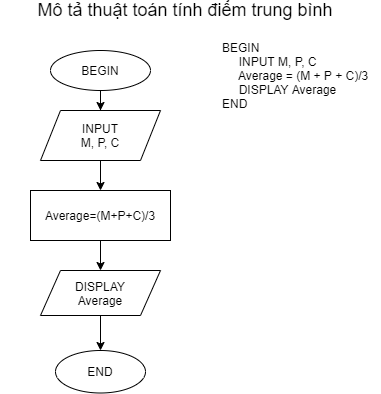
Before: ss3_ma_gia_luu_do/Mô tả thuật toán tính điểm trung bình.png, a diagram exported from draw.io (thanhnhan3286/C0123G1---Th-nh-Nh-n). Source tidied: cells renumbered, new cells last; positions are measured from the earlier drawing's top-left corner, leaving out a move shared by most shapes.
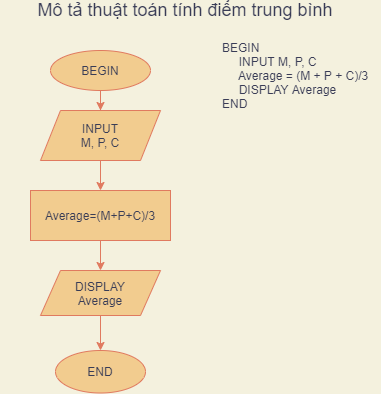
After the change.

The edit, as a diff of the source:
```diff
@@ -1,38 +1,38 @@
-<mxGraphModel>
+<mxGraphModel background="#F4F1DE">
   <root>
     <mxCell id="0" />
     <mxCell id="1" parent="0" />
-    <mxCell id="2" value="&lt;span style=&quot;font-size: 18px&quot;&gt;Mô tả thuật toán tính điểm trung bình&lt;/span&gt;" style="text;html=1;strokeColor=none;fillColor=none;align=center;verticalAlign=middle;whiteSpace=wrap;rounded=0;" parent="1" vertex="1">
+    <mxCell id="2" value="&lt;span style=&quot;font-size: 18px&quot;&gt;Mô tả thuật toán tính điểm trung bình&lt;/span&gt;" style="text;html=1;strokeColor=none;fillColor=none;align=center;verticalAlign=middle;whiteSpace=wrap;rounded=0;fontColor=#393C56;" parent="1" vertex="1">
       <mxGeometry width="370" height="20" as="geometry" />
     </mxCell>
-    <mxCell id="3" style="edgeStyle=orthogonalEdgeStyle;rounded=0;jettySize=auto;html=1;" parent="1" edge="1" source="4" target="6">
+    <mxCell id="3" style="edgeStyle=orthogonalEdgeStyle;rounded=0;jettySize=auto;html=1;labelBackgroundColor=#F4F1DE;strokeColor=#E07A5F;fontColor=#393C56;" parent="1" edge="1" source="4" target="6">
       <mxGeometry relative="1" as="geometry" />
     </mxCell>
-    <mxCell id="4" value="BEGIN" style="ellipse;whiteSpace=wrap;html=1;" parent="1" vertex="1">
+    <mxCell id="4" value="BEGIN" style="ellipse;whiteSpace=wrap;html=1;fillColor=#F2CC8F;strokeColor=#E07A5F;fontColor=#393C56;" parent="1" vertex="1">
       <mxGeometry x="50" y="50" width="100" height="40" as="geometry" />
     </mxCell>
-    <mxCell id="5" style="edgeStyle=orthogonalEdgeStyle;rounded=0;jettySize=auto;html=1;" parent="1" edge="1" source="6" target="8">
+    <mxCell id="5" style="edgeStyle=orthogonalEdgeStyle;rounded=0;jettySize=auto;html=1;labelBackgroundColor=#F4F1DE;strokeColor=#E07A5F;fontColor=#393C56;" parent="1" edge="1" source="6" target="8">
       <mxGeometry relative="1" as="geometry" />
     </mxCell>
-    <mxCell id="6" value="INPUT&lt;br&gt;M, P, C" style="shape=parallelogram;perimeter=parallelogramPerimeter;whiteSpace=wrap;html=1;fixedSize=1;" parent="1" vertex="1">
+    <mxCell id="6" value="INPUT&lt;br&gt;M, P, C" style="shape=parallelogram;perimeter=parallelogramPerimeter;whiteSpace=wrap;html=1;fixedSize=1;fillColor=#F2CC8F;strokeColor=#E07A5F;fontColor=#393C56;" parent="1" vertex="1">
       <mxGeometry x="40" y="110" width="120" height="50" as="geometry" />
     </mxCell>
-    <mxCell id="7" style="edgeStyle=orthogonalEdgeStyle;rounded=0;jettySize=auto;html=1;" parent="1" edge="1" source="8" target="10">
+    <mxCell id="7" style="edgeStyle=orthogonalEdgeStyle;rounded=0;jettySize=auto;html=1;labelBackgroundColor=#F4F1DE;strokeColor=#E07A5F;fontColor=#393C56;" parent="1" edge="1" source="8" target="10">
       <mxGeometry relative="1" as="geometry" />
     </mxCell>
-    <mxCell id="8" value="Average=(M+P+C)/3" style="whiteSpace=wrap;html=1;" parent="1" vertex="1">
+    <mxCell id="8" value="Average=(M+P+C)/3" style="whiteSpace=wrap;html=1;fillColor=#F2CC8F;strokeColor=#E07A5F;fontColor=#393C56;" parent="1" vertex="1">
       <mxGeometry x="30" y="190" width="140" height="50" as="geometry" />
     </mxCell>
-    <mxCell id="9" style="edgeStyle=orthogonalEdgeStyle;rounded=0;jettySize=auto;html=1;" parent="1" edge="1" source="10" target="11">
+    <mxCell id="9" style="edgeStyle=orthogonalEdgeStyle;rounded=0;jettySize=auto;html=1;labelBackgroundColor=#F4F1DE;strokeColor=#E07A5F;fontColor=#393C56;" parent="1" edge="1" source="10" target="11">
       <mxGeometry relative="1" as="geometry" />
     </mxCell>
-    <mxCell id="10" value="DISPLAY&lt;br&gt;Average" style="shape=parallelogram;perimeter=parallelogramPerimeter;whiteSpace=wrap;html=1;fixedSize=1;" parent="1" vertex="1">
+    <mxCell id="10" value="DISPLAY&lt;br&gt;Average" style="shape=parallelogram;perimeter=parallelogramPerimeter;whiteSpace=wrap;html=1;fixedSize=1;fillColor=#F2CC8F;strokeColor=#E07A5F;fontColor=#393C56;" parent="1" vertex="1">
       <mxGeometry x="40" y="270" width="120" height="45" as="geometry" />
     </mxCell>
-    <mxCell id="11" value="END" style="ellipse;whiteSpace=wrap;html=1;" parent="1" vertex="1">
+    <mxCell id="11" value="END" style="ellipse;whiteSpace=wrap;html=1;fillColor=#F2CC8F;strokeColor=#E07A5F;fontColor=#393C56;" parent="1" vertex="1">
       <mxGeometry x="55" y="350" width="90" height="42.5" as="geometry" />
     </mxCell>
-    <mxCell id="12" value="&lt;div&gt;BEGIN&lt;/div&gt;&lt;div&gt;&lt;span&gt;&lt;/span&gt;&amp;nbsp; &amp;nbsp; &amp;nbsp;INPUT M, P, C&lt;/div&gt;&lt;div&gt;&lt;span&gt;&lt;/span&gt;&amp;nbsp; &amp;nbsp; &amp;nbsp;Average = (M + P + C)/3&lt;/div&gt;&lt;div&gt;&lt;span&gt;&lt;/span&gt;&amp;nbsp; &amp;nbsp; &amp;nbsp;DISPLAY Average&lt;/div&gt;&lt;div&gt;END&lt;/div&gt;" style="text;html=1;align=left;verticalAlign=middle;" parent="1" vertex="1">
+    <mxCell id="12" value="&lt;div&gt;BEGIN&lt;/div&gt;&lt;div&gt;&lt;span&gt;&lt;/span&gt;&amp;nbsp; &amp;nbsp; &amp;nbsp;INPUT M, P, C&lt;/div&gt;&lt;div&gt;&lt;span&gt;&lt;/span&gt;&amp;nbsp; &amp;nbsp; &amp;nbsp;Average = (M + P + C)/3&lt;/div&gt;&lt;div&gt;&lt;span&gt;&lt;/span&gt;&amp;nbsp; &amp;nbsp; &amp;nbsp;DISPLAY Average&lt;/div&gt;&lt;div&gt;END&lt;/div&gt;" style="text;html=1;align=left;verticalAlign=middle;fontColor=#393C56;" parent="1" vertex="1">
       <mxGeometry x="220" y="40" width="160" height="70" as="geometry" />
     </mxCell>
   </root>
```
